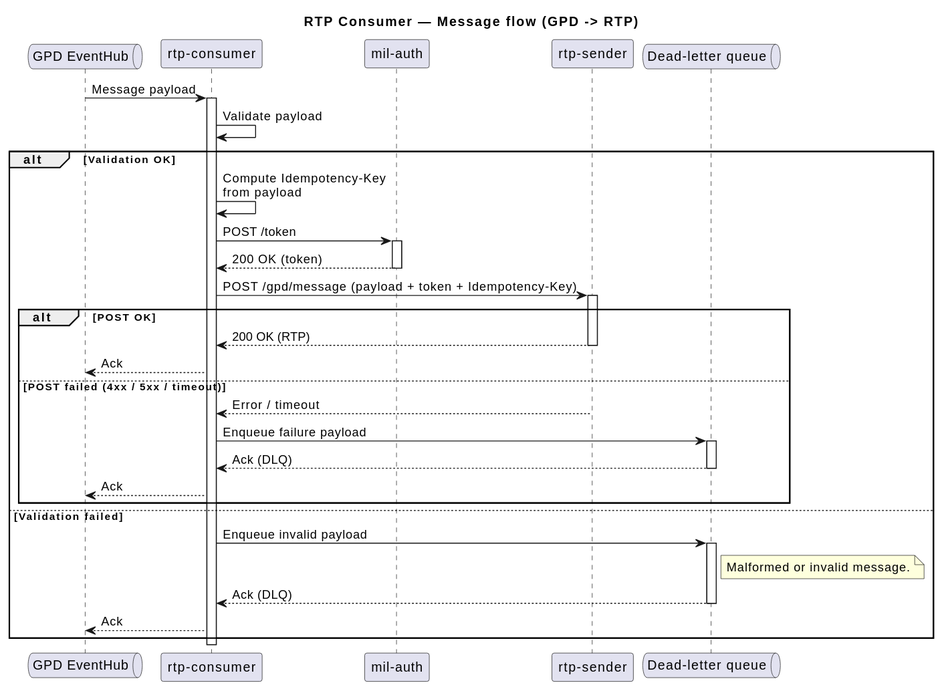
The PlantUML diagram diagrams/rtp-consumer-flow.svg in pagopa/rtp-docs, before a commit.
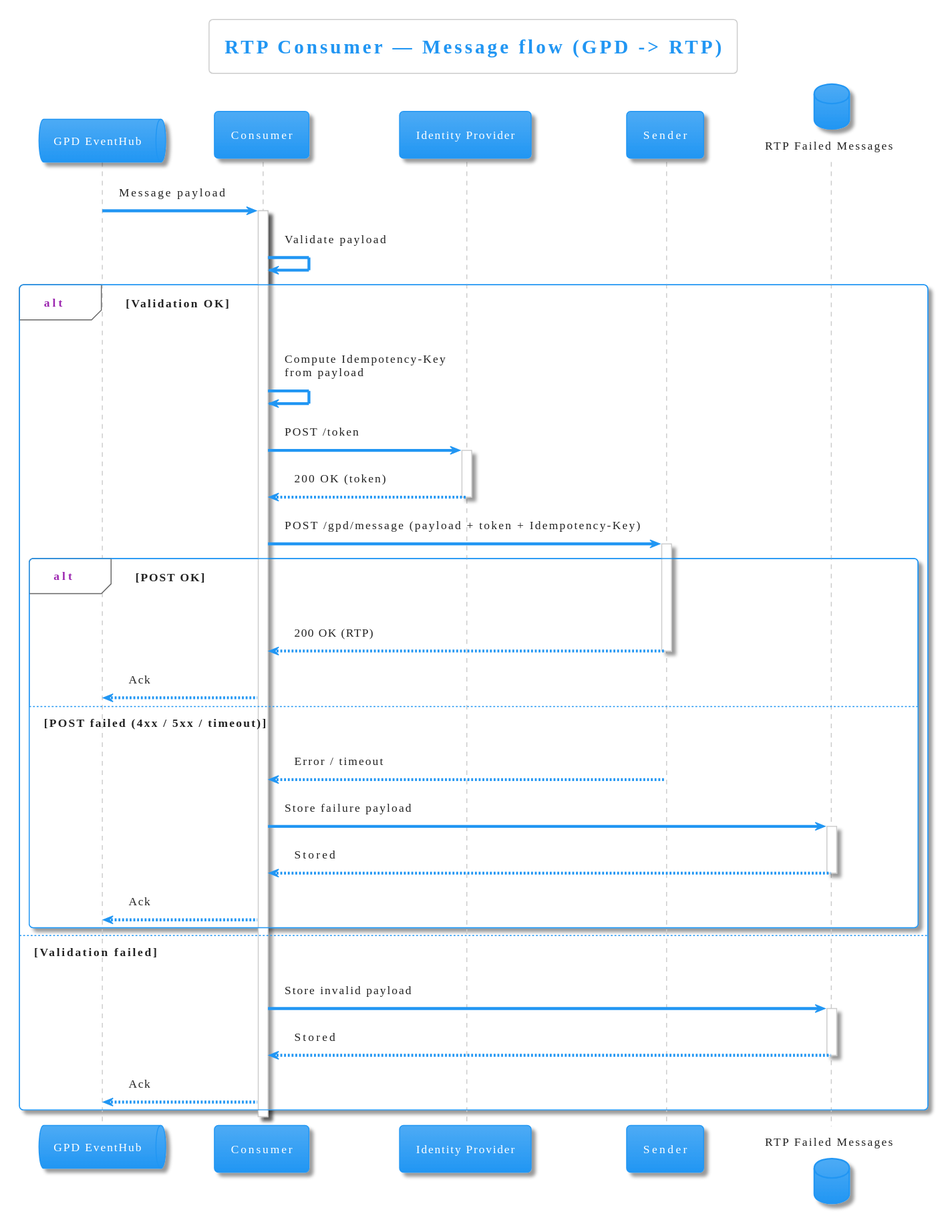
The same file after the commit.

Commit message:
feat: [SRTP-1782] Update rtp-consumer-flow diagram with failed payload storage (#46)

* feat: [SRTP-1782] Update rtp-consumer-flow diagram with failed payload storage

* fix: [SRTP-1782] Use correct label for Failed Messages collection

* Diagrams commit

* fix: [SRTP-1782] Rename RTP Failed Messages database

* Diagrams commit

---------

Change to the diagram source:
```diff
@@ -1,11 +1,13 @@
 @startuml
+!theme materia
+
 title RTP Consumer — Message flow (GPD -> RTP)
 
 queue "GPD EventHub" as EH
-participant "rtp-consumer" as C
-participant "mil-auth" as MA
-participant "rtp-sender" as S
-queue "Dead-letter queue" as DLQ
+participant "Consumer" as C
+participant "Identity Provider" as MA
+participant "Sender" as S
+database "RTP Failed Messages" as FM
 
 EH -> C : Message payload
 activate C
@@ -33,22 +35,19 @@
     S --> C : Error / timeout
     deactivate S
 
-    C -> DLQ : Enqueue failure payload
-    activate DLQ
-    DLQ --> C : Ack (DLQ)
-    deactivate DLQ
+    C -> FM : Store failure payload
+    activate FM
+    FM --> C : Stored
+    deactivate FM
 
     C --> EH : Ack
   end
 
 else Validation failed
-  C -> DLQ : Enqueue invalid payload
-  activate DLQ
-  note right of DLQ
-    Malformed or invalid message.
-  end note
-  DLQ --> C : Ack (DLQ)
-  deactivate DLQ
+  C -> FM : Store invalid payload
+  activate FM
+  FM --> C : Stored
+  deactivate FM
 
   C --> EH : Ack
 end
```
